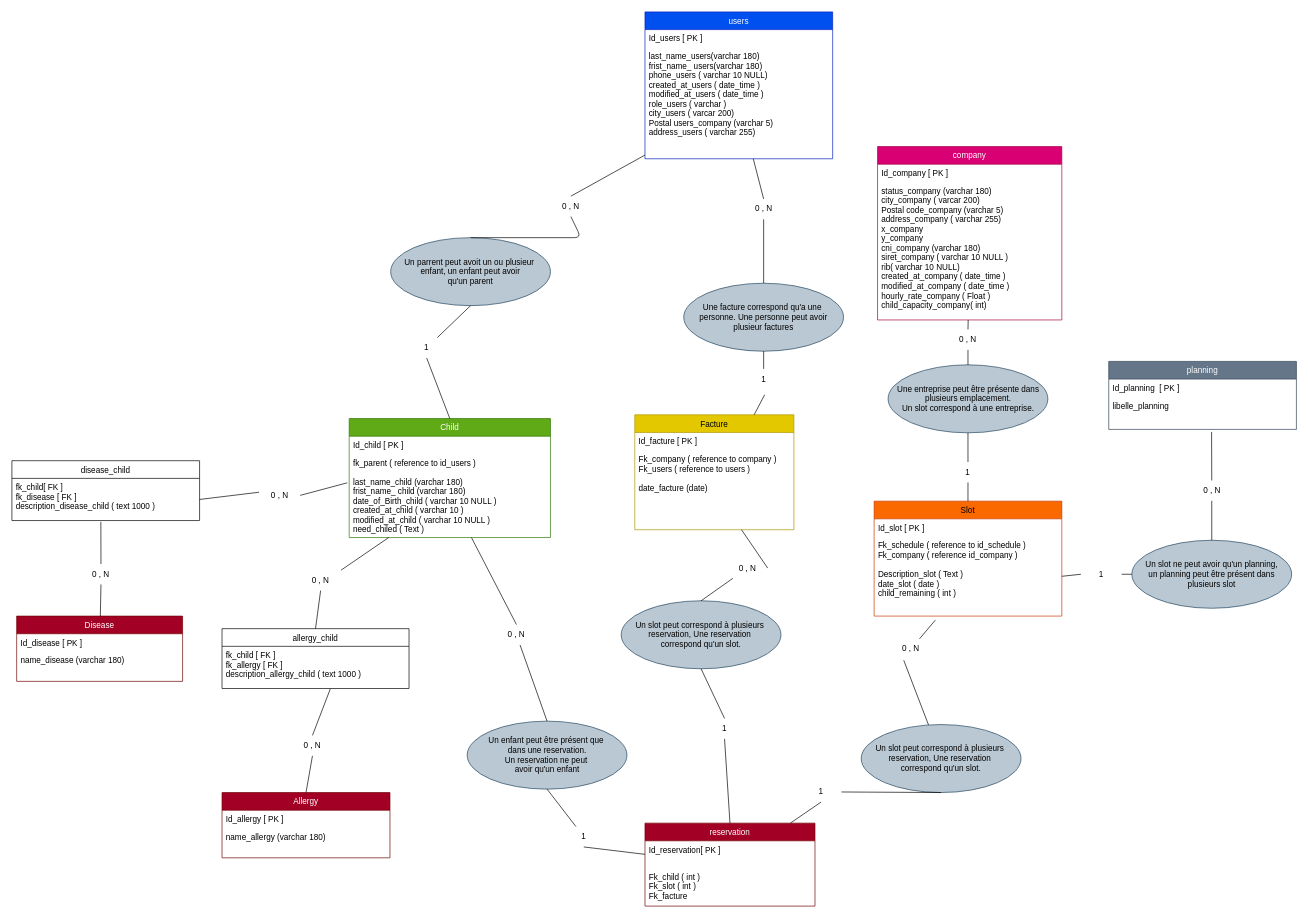
The draw.io diagram app/Database/MCD/v1.drawio in maxencelgy/Grenouillere, before the edit. Source tidied: cells renumbered, new cells numbered last; positions are measured from the earlier drawing's top-left corner, leaving out a move shared by most shapes. Both pictures are drawn from the tidied source at 68%, with x=0, y=0 at pixel (12, 12).
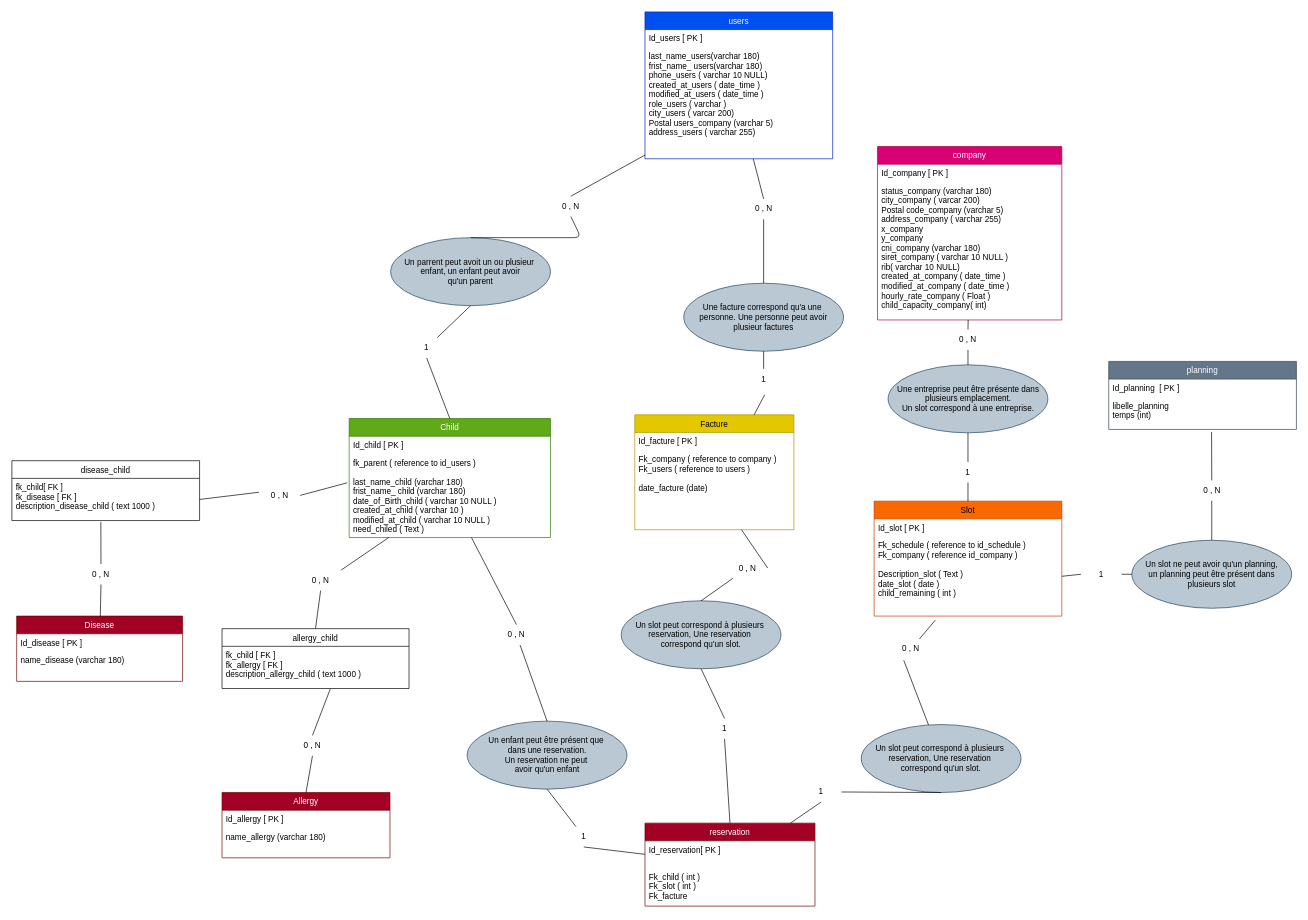
The same diagram, later.

Unchanged cells that the change refers to:
```xml
<mxCell id="29" value="planning" style="swimlane;fontStyle=0;horizontal=1;startSize=26;fillColor=#647687;fontColor=#ffffff;strokeColor=#314354;" parent="1" vertex="1">
  <mxGeometry x="1613" y="514" width="276" height="100" as="geometry" />
</mxCell>
```

What changed in the source:
```diff
@@
-    <mxCell id="31" value="libelle_planning&#10;" style="text;strokeColor=none;fillColor=none;align=left;verticalAlign=top;spacingLeft=4;spacingRight=4;overflow=hidden;points=[[0,0.5],[1,0.5]];portConstraint=eastwest;" parent="29" vertex="1">
+    <mxCell id="31" value="libelle_planning&#10;temps (int)" style="text;strokeColor=none;fillColor=none;align=left;verticalAlign=top;spacingLeft=4;spacingRight=4;overflow=hidden;points=[[0,0.5],[1,0.5]];portConstraint=eastwest;" parent="29" vertex="1">
       <mxGeometry y="52" width="276" height="48" as="geometry" />
     </mxCell>
```
